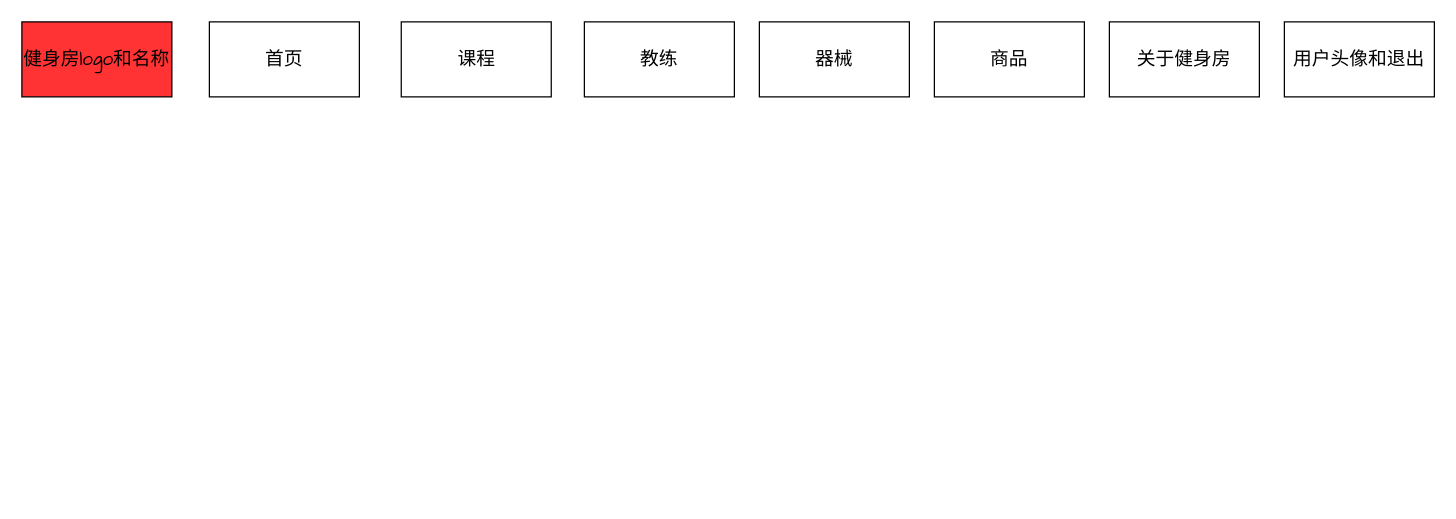
Before: 健身房管理会员界面.drawio in xljya/image, a draw.io diagram. Source tidied: cells renumbered, new cells numbered last; positions are measured from the earlier drawing's top-left corner, leaving out a move shared by most shapes. Both pictures are drawn from the tidied source at 125%, with x=0, y=0 at pixel (21, 21).
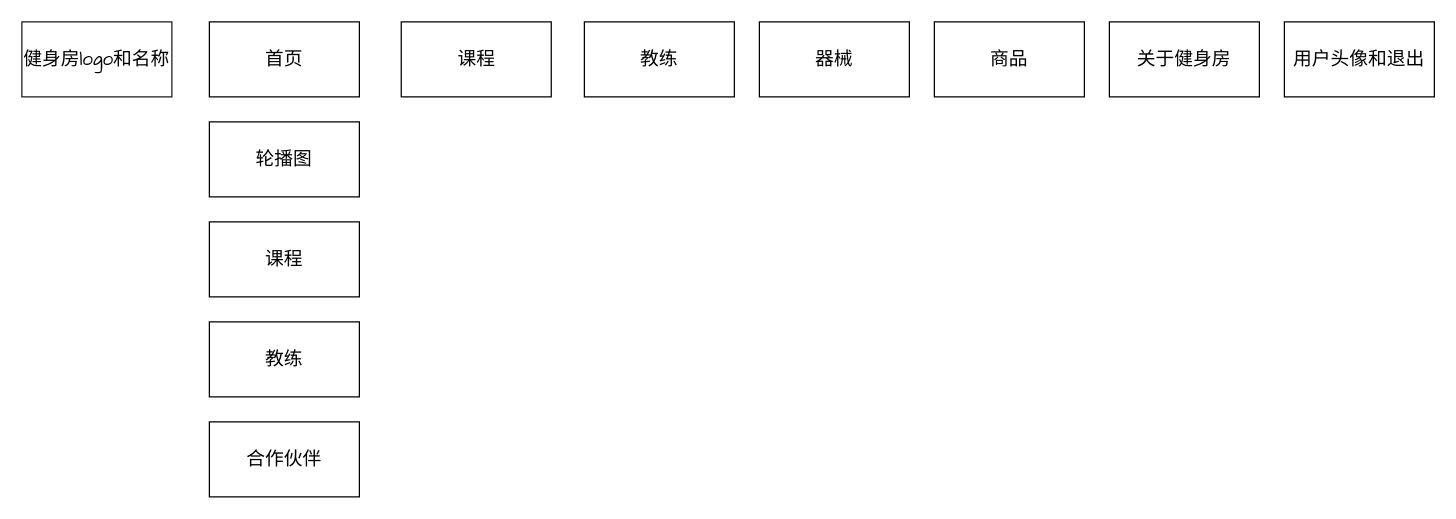
After the change.

Commit message:
更新健身房管理会员界面.drawio

Change to the diagram source:
```diff
@@
 <mxGraphModel>
   <root>
     <mxCell id="0" />
     <mxCell id="1" parent="0" />
-    <mxCell id="2" value="&lt;font style=&quot;font-size: 15px;&quot; face=&quot;Comic Sans MS&quot;&gt;健身房logo和名称&lt;/font&gt;" style="rounded=0;whiteSpace=wrap;html=1;fillColor=#FF3333;" parent="1" vertex="1">
+    <mxCell id="2" value="&lt;font style=&quot;font-size: 15px;&quot; face=&quot;Comic Sans MS&quot;&gt;健身房logo和名称&lt;/font&gt;" style="rounded=0;whiteSpace=wrap;html=1;fillColor=#FFFFFF;strokeColor=#1A1A1A;" parent="1" vertex="1">
       <mxGeometry width="120" height="60" as="geometry" />
     </mxCell>
     <mxCell id="3" value="&lt;font style=&quot;font-size: 15px;&quot; face=&quot;Comic Sans MS&quot;&gt;首页&lt;/font&gt;" style="rounded=0;whiteSpace=wrap;html=1;" parent="1" vertex="1">
       <mxGeometry x="150" width="120" height="60" as="geometry" />
     </mxCell>
     <mxCell id="4" value="&lt;font style=&quot;font-size: 15px;&quot; face=&quot;Comic Sans MS&quot;&gt;教练&lt;/font&gt;" style="rounded=0;whiteSpace=wrap;html=1;" parent="1" vertex="1">
       <mxGeometry x="450" width="120" height="60" as="geometry" />
     </mxCell>
     <mxCell id="5" value="&lt;font style=&quot;font-size: 15px;&quot; face=&quot;Comic Sans MS&quot;&gt;器械&lt;/font&gt;" style="rounded=0;whiteSpace=wrap;html=1;" parent="1" vertex="1">
       <mxGeometry x="590" width="120" height="60" as="geometry" />
     </mxCell>
     <mxCell id="6" value="&lt;font face=&quot;Comic Sans MS&quot;&gt;&lt;span style=&quot;font-size: 15px;&quot;&gt;课程&lt;/span&gt;&lt;/font&gt;" style="rounded=0;whiteSpace=wrap;html=1;" parent="1" vertex="1">
       <mxGeometry x="303.5" width="120" height="60" as="geometry" />
     </mxCell>
     <mxCell id="7" value="&lt;font style=&quot;font-size: 15px;&quot; face=&quot;Comic Sans MS&quot;&gt;用户头像和退出&lt;/font&gt;" style="rounded=0;whiteSpace=wrap;html=1;" parent="1" vertex="1">
       <mxGeometry x="1010" width="120" height="60" as="geometry" />
     </mxCell>
     <mxCell id="8" value="&lt;font style=&quot;font-size: 15px;&quot; face=&quot;Comic Sans MS&quot;&gt;关于健身房&lt;/font&gt;" style="rounded=0;whiteSpace=wrap;html=1;fillColor=#FFFFFF;" parent="1" vertex="1">
       <mxGeometry x="870" width="120" height="60" as="geometry" />
     </mxCell>
     <mxCell id="9" value="&lt;font style=&quot;font-size: 15px;&quot; face=&quot;Comic Sans MS&quot;&gt;商品&lt;/font&gt;" style="rounded=0;whiteSpace=wrap;html=1;" parent="1" vertex="1">
       <mxGeometry x="730" width="120" height="60" as="geometry" />
     </mxCell>
+    <mxCell id="10" value="&lt;font style=&quot;font-size: 15px;&quot; face=&quot;Comic Sans MS&quot;&gt;轮播图&lt;/font&gt;" style="rounded=0;whiteSpace=wrap;html=1;" parent="1" vertex="1">
+      <mxGeometry x="150" y="80" width="120" height="60" as="geometry" />
+    </mxCell>
+    <mxCell id="11" value="&lt;font style=&quot;font-size: 15px;&quot; face=&quot;Comic Sans MS&quot;&gt;合作伙伴&lt;/font&gt;" style="rounded=0;whiteSpace=wrap;html=1;" parent="1" vertex="1">
+      <mxGeometry x="150" y="320" width="120" height="60" as="geometry" />
+    </mxCell>
+    <mxCell id="12" value="&lt;font face=&quot;Comic Sans MS&quot;&gt;&lt;span style=&quot;font-size: 15px;&quot;&gt;课程&lt;/span&gt;&lt;/font&gt;" style="rounded=0;whiteSpace=wrap;html=1;" parent="1" vertex="1">
+      <mxGeometry x="150" y="160" width="120" height="60" as="geometry" />
+    </mxCell>
+    <mxCell id="13" value="&lt;font face=&quot;Comic Sans MS&quot;&gt;&lt;span style=&quot;font-size: 15px;&quot;&gt;教练&lt;/span&gt;&lt;/font&gt;" style="rounded=0;whiteSpace=wrap;html=1;" parent="1" vertex="1">
+      <mxGeometry x="150" y="240" width="120" height="60" as="geometry" />
+    </mxCell>
   </root>
 </mxGraphModel>
```
